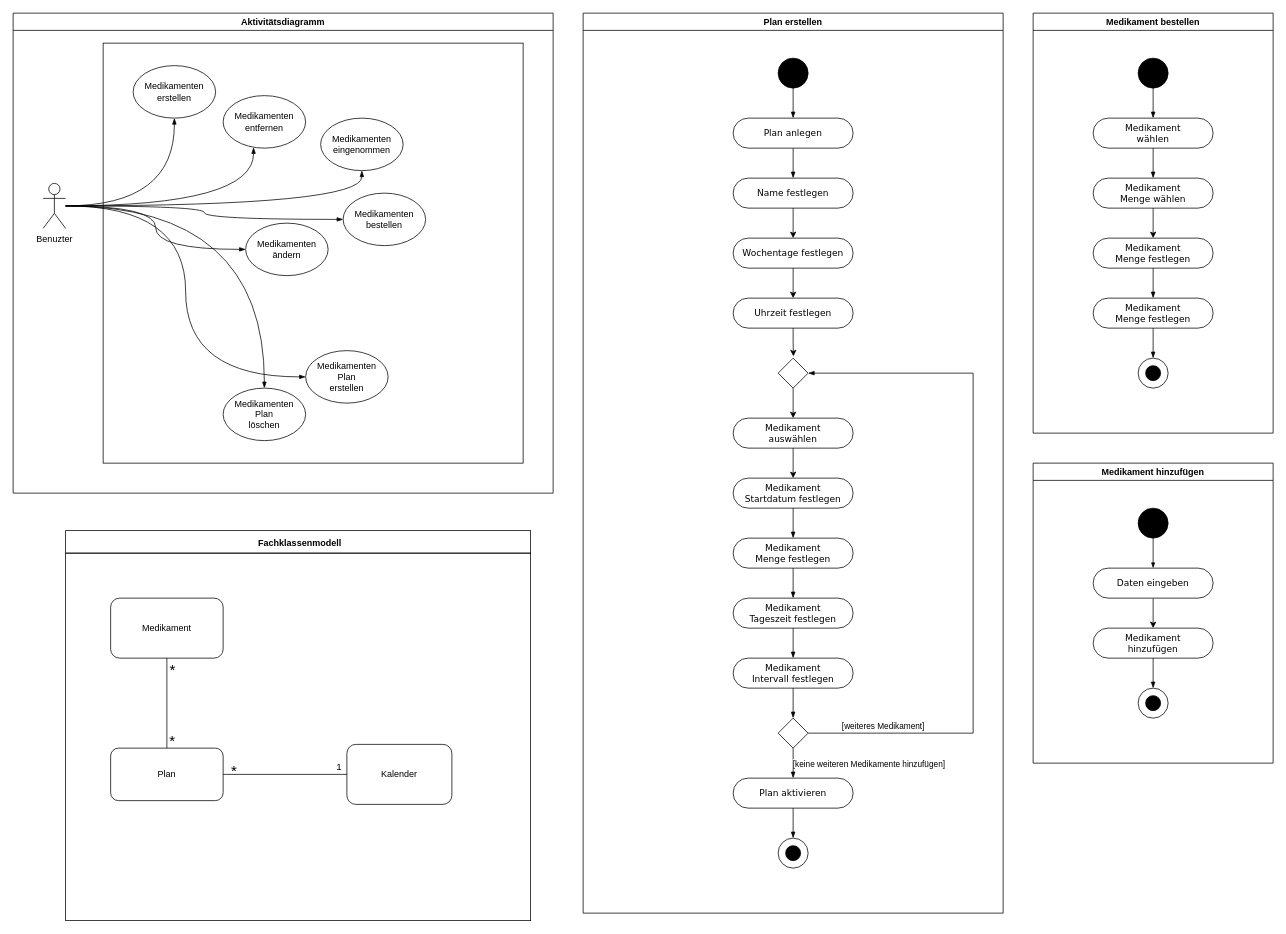
This is UML/FinalesDiagramm.drawio from Apfelkuch/SwePraktikum, a draw.io file, before an edit. Source tidied: cells renumbered, new cells numbered last; positions are measured from the earlier drawing's top-left corner, leaving out a move shared by most shapes. Both pictures are drawn from the tidied source at 75%, with x=0, y=0 at pixel (13, 13).
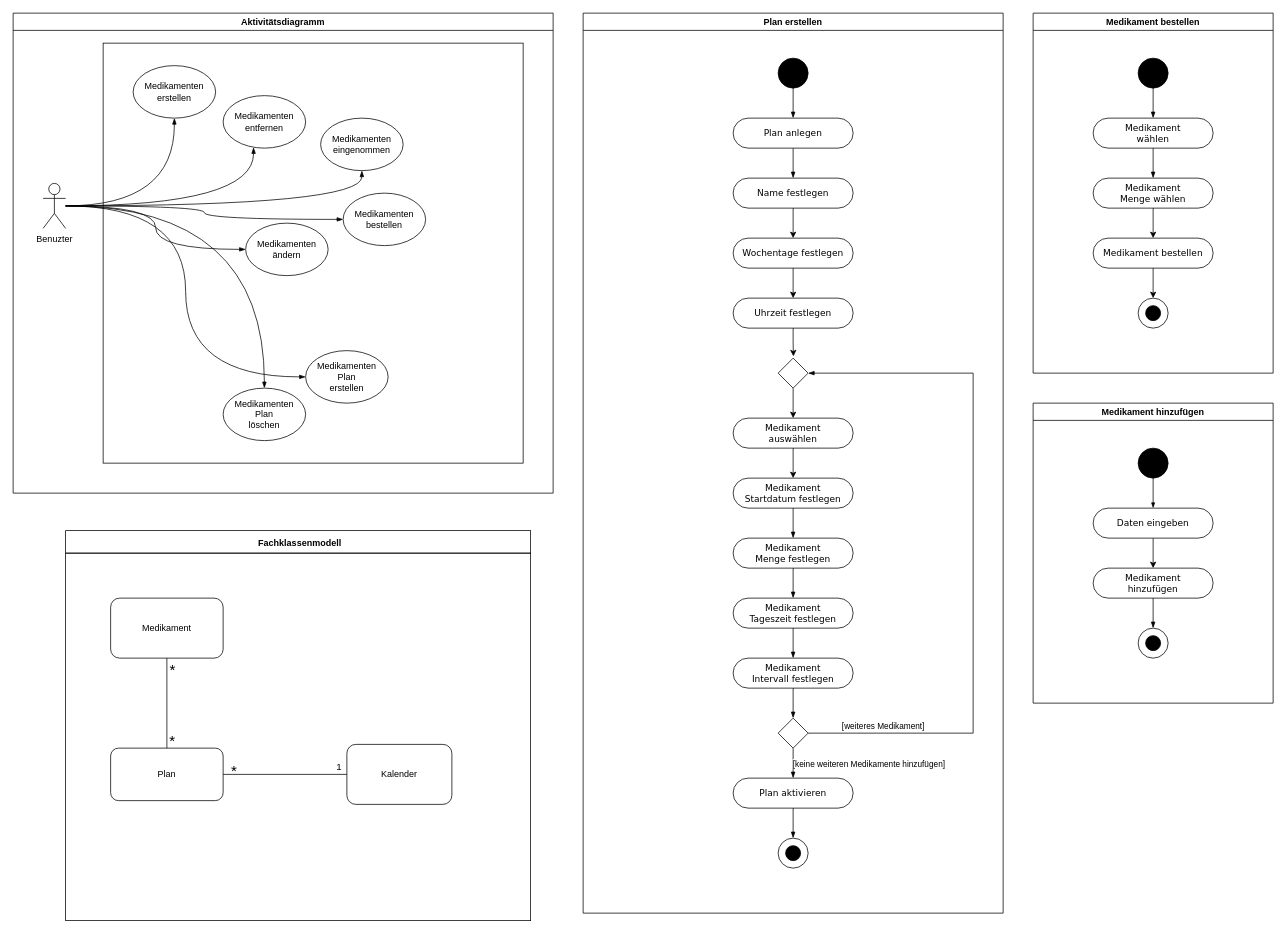
The same diagram, later.

Commit message:
FinalesDiagramm.drawio dopplungen aktualisiert

The change refers to these unchanged cells:
```xml
<mxCell id="58" style="ellipse;whiteSpace=wrap;html=1;fillColor=none;" parent="56" vertex="1">
  <mxGeometry width="40" height="40" as="geometry" />
</mxCell>
```

What changed in the source:
```diff
@@
     <mxCell id="2" value="Medikament hinzufügen" style="swimlane;whiteSpace=wrap;html=1;fillColor=none;" parent="1" vertex="1">
-      <mxGeometry x="1360" y="600" width="320" height="400" as="geometry" />
+      <mxGeometry x="1360" y="520" width="320" height="400" as="geometry" />
     </mxCell>
@@
     <mxCell id="45" value="&lt;div&gt;Medikament bestellen&lt;/div&gt;" style="swimlane;whiteSpace=wrap;html=1;fillColor=none;" parent="1" vertex="1">
-      <mxGeometry x="1360" width="320" height="560" as="geometry" />
+      <mxGeometry x="1360" width="320" height="480" as="geometry" />
     </mxCell>
@@
-    <mxCell id="52" style="edgeStyle=orthogonalEdgeStyle;rounded=0;jettySize=auto;html=1;entryX=0.5;entryY=0;entryDx=0;entryDy=0;startArrow=none;startFill=0;endArrow=blockThin;endFill=1;" parent="45" edge="1" source="53" target="55">
-      <mxGeometry relative="1" as="geometry" />
-    </mxCell>
+    <mxCell id="88" style="edgeStyle=orthogonalEdgeStyle;rounded=0;jettySize=auto;html=1;entryX=0.5;entryY=0;entryDx=0;entryDy=0;" parent="45" edge="1" source="53" target="58">
+      <mxGeometry relative="1" as="geometry" />
+    </mxCell>
-    <mxCell id="53" value="&lt;div&gt;Medikament&lt;/div&gt;&lt;div&gt;Menge festlegen&lt;br&gt;&lt;/div&gt;" style="rounded=1;whiteSpace=wrap;html=1;shadow=0;comic=0;labelBackgroundColor=none;strokeWidth=1;fontFamily=Verdana;fontSize=12;align=center;arcSize=50;fillColor=none;" parent="45" vertex="1">
+    <mxCell id="53" value="Medikament bestellen" style="rounded=1;whiteSpace=wrap;html=1;shadow=0;comic=0;labelBackgroundColor=none;strokeWidth=1;fontFamily=Verdana;fontSize=12;align=center;arcSize=50;fillColor=none;" parent="45" vertex="1">
       <mxGeometry x="80" y="300" width="160" height="40" as="geometry" />
     </mxCell>
-    <mxCell id="54" style="edgeStyle=orthogonalEdgeStyle;rounded=0;jettySize=auto;html=1;entryX=0.5;entryY=0;entryDx=0;entryDy=0;startArrow=none;startFill=0;endArrow=blockThin;endFill=1;" parent="45" edge="1" source="55" target="58">
-      <mxGeometry relative="1" as="geometry" />
-    </mxCell>
-    <mxCell id="55" value="&lt;div&gt;Medikament&lt;/div&gt;&lt;div&gt;Menge festlegen&lt;br&gt;&lt;/div&gt;" style="rounded=1;whiteSpace=wrap;html=1;shadow=0;comic=0;labelBackgroundColor=none;strokeWidth=1;fontFamily=Verdana;fontSize=12;align=center;arcSize=50;fillColor=none;" parent="45" vertex="1">
-      <mxGeometry x="80" y="380" width="160" height="40" as="geometry" />
-    </mxCell>
     <mxCell id="56" style="group;" parent="45" vertex="1">
-      <mxGeometry x="140" y="460" width="40" height="40" as="geometry" />
+      <mxGeometry x="140" y="380" width="40" height="40" as="geometry" />
     </mxCell>
```
